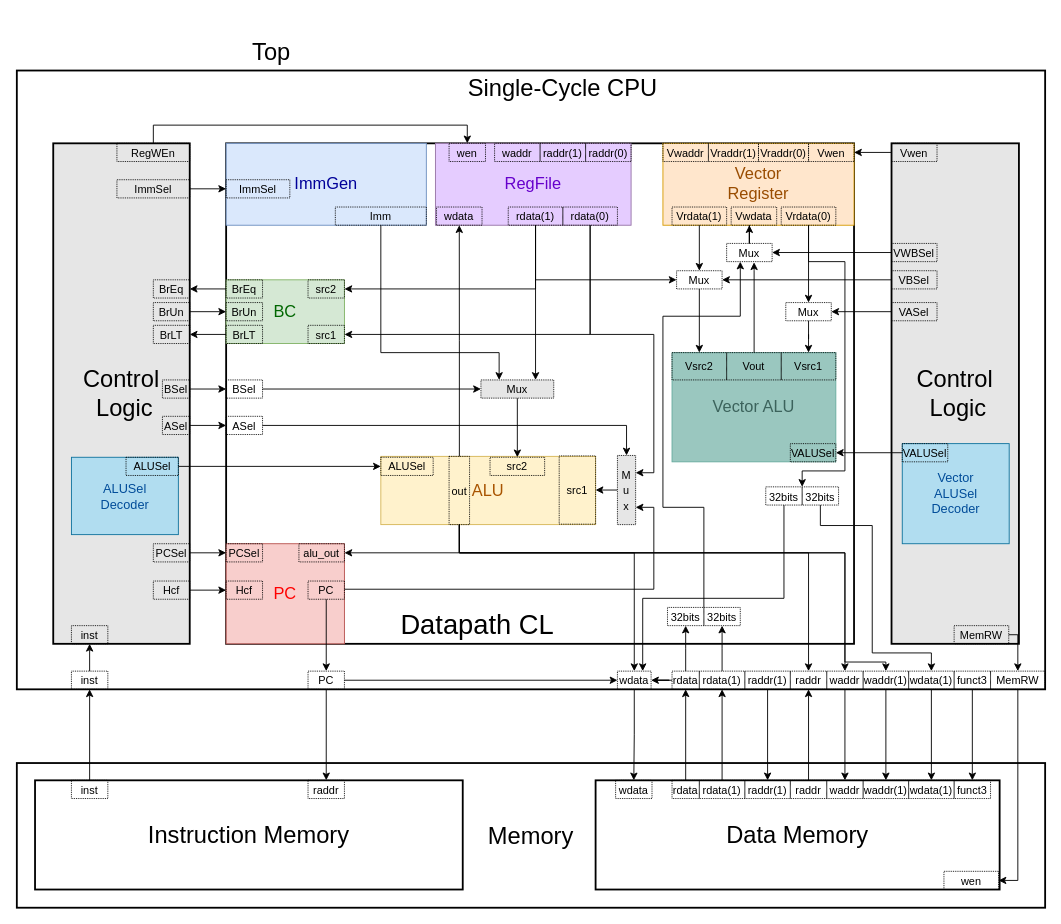
Before: RV32V+RV32M CPU-top-level block diagram.drawio in daniel100373/draw.io, a draw.io diagram. Source tidied: cells renumbered, new cells numbered last; positions are measured from the earlier drawing's top-left corner, leaving out a move shared by most shapes. Both pictures are drawn from the tidied source at 91%, with x=0, y=0 at pixel (16, 34).
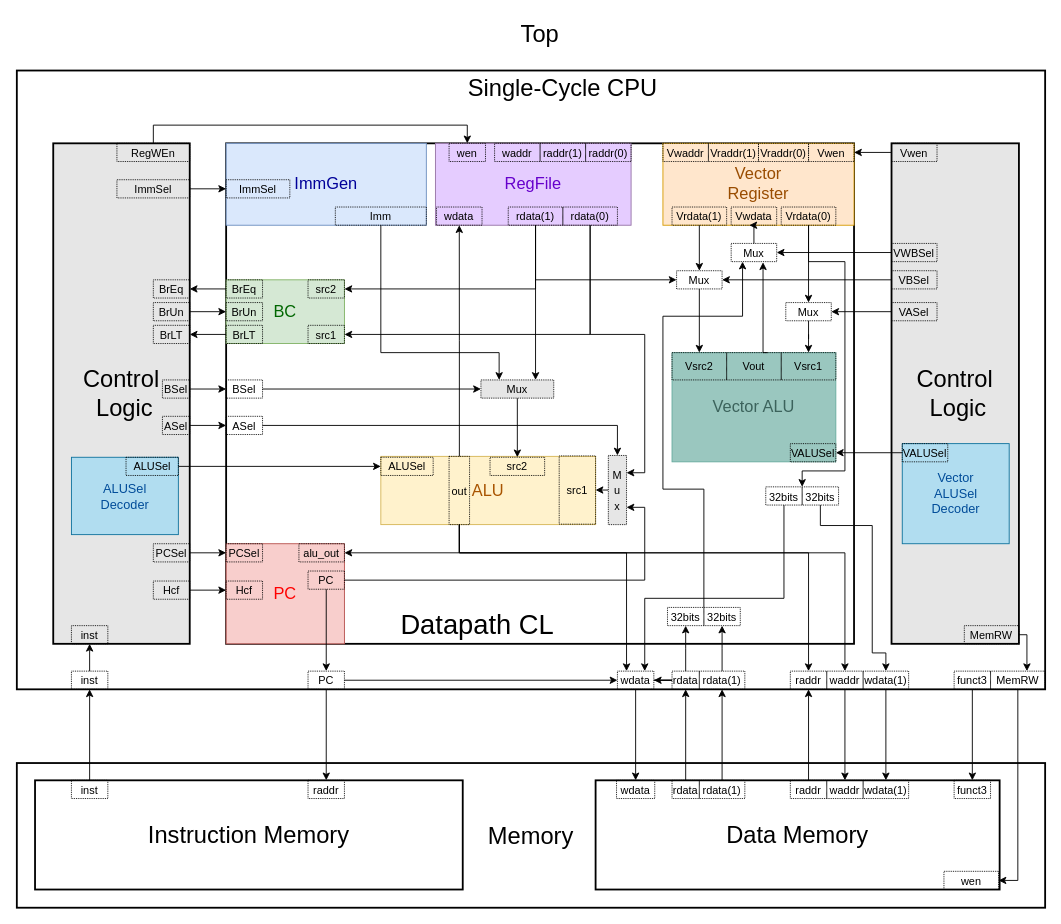
Above is the later version.

Unchanged cells that the change refers to:
```xml
<mxCell id="30" value="&lt;font color=&quot;#000000&quot;&gt;&lt;span style=&quot;font-size: 12px&quot;&gt;rdata(0)&lt;/span&gt;&lt;/font&gt;" style="rounded=0;whiteSpace=wrap;html=1;labelBorderColor=none;fontSize=14;fontColor=#A680B8;fillColor=none;dashed=1;dashPattern=1 1;" parent="1" vertex="1">
  <mxGeometry x="600" y="190" width="60" height="20" as="geometry" />
</mxCell>
<mxCell id="51" value="&lt;font color=&quot;#000000&quot;&gt;&lt;span style=&quot;font-size: 12px&quot;&gt;out&lt;/span&gt;&lt;/font&gt;" style="rounded=0;whiteSpace=wrap;html=1;labelBorderColor=none;fontSize=14;fontColor=#A680B8;fillColor=none;dashed=1;dashPattern=1 1;" parent="1" vertex="1">
  <mxGeometry x="475" y="464" width="22.5" height="75" as="geometry" />
</mxCell>
<mxCell id="94" value="&lt;font color=&quot;#000000&quot; style=&quot;font-size: 12px&quot;&gt;MemRW&lt;/font&gt;" style="rounded=0;whiteSpace=wrap;html=1;labelBorderColor=none;fontSize=14;fontColor=#A680B8;fillColor=none;dashed=1;dashPattern=1 1;" parent="1" vertex="1">
  <mxGeometry x="1070" y="700" width="60" height="20" as="geometry" />
</mxCell>
<mxCell id="130" value="&lt;font color=&quot;#000000&quot;&gt;&lt;span style=&quot;font-size: 12px&quot;&gt;Vout&lt;/span&gt;&lt;/font&gt;" style="rounded=0;whiteSpace=wrap;html=1;labelBorderColor=none;fontSize=14;fontColor=#A680B8;fillColor=none;dashed=1;dashPattern=1 1;" parent="1" vertex="1">
  <mxGeometry x="780" y="350" width="60" height="30" as="geometry" />
</mxCell>
<mxCell id="156" value="&lt;font color=&quot;#000000&quot;&gt;&lt;span style=&quot;font-size: 12px&quot;&gt;32bits&lt;/span&gt;&lt;/font&gt;" style="rounded=0;whiteSpace=wrap;html=1;labelBorderColor=none;fontSize=14;fontColor=#A680B8;fillColor=none;dashed=1;dashPattern=1 1;" parent="1" vertex="1">
  <mxGeometry x="755" y="630" width="40" height="20" as="geometry" />
</mxCell>
<mxCell id="158" value="&lt;font color=&quot;#000000&quot;&gt;&lt;span style=&quot;font-size: 12px&quot;&gt;32bits&lt;/span&gt;&lt;/font&gt;" style="rounded=0;whiteSpace=wrap;html=1;labelBorderColor=none;fontSize=14;fontColor=#A680B8;fillColor=none;dashed=1;dashPattern=1 1;" parent="1" vertex="1">
  <mxGeometry x="823" y="497.5" width="40" height="20" as="geometry" />
</mxCell>
<mxCell id="160" value="&lt;font color=&quot;#000000&quot;&gt;&lt;span style=&quot;font-size: 12px&quot;&gt;32bits&lt;/span&gt;&lt;/font&gt;" style="rounded=0;whiteSpace=wrap;html=1;labelBorderColor=none;fontSize=14;fontColor=#A680B8;fillColor=none;dashed=1;dashPattern=1 1;" parent="1" vertex="1">
  <mxGeometry x="863" y="497.5" width="40" height="20" as="geometry" />
</mxCell>
```

The edit, as a diff of the source:
```diff
@@
     <mxCell id="5" value="&lt;font style=&quot;font-size: 26px&quot;&gt;Top&lt;/font&gt;" style="text;html=1;strokeColor=none;fillColor=none;align=center;verticalAlign=middle;whiteSpace=wrap;rounded=0;" parent="1" vertex="1">
-      <mxGeometry x="240" width="80" height="40" as="geometry" />
+      <mxGeometry x="535" y="-20" width="80" height="40" as="geometry" />
     </mxCell>
@@
     <mxCell id="29" style="edgeStyle=orthogonalEdgeStyle;rounded=0;jettySize=auto;html=1;entryX=1;entryY=0.25;entryDx=0;entryDy=0;fontSize=40;fontColor=#004C99;" parent="1" edge="1" source="30" target="89">
       <mxGeometry relative="1" as="geometry">
         <Array as="points">
           <mxPoint x="630" y="330" />
-          <mxPoint x="700" y="330" />
-          <mxPoint x="700" y="482" />
+          <mxPoint x="690" y="330" />
+          <mxPoint x="690" y="482" />
         </Array>
       </mxGeometry>
     </mxCell>
@@
-    <mxCell id="48" style="edgeStyle=orthogonalEdgeStyle;rounded=0;jettySize=auto;html=1;entryX=0.5;entryY=0;entryDx=0;entryDy=0;fontSize=40;fontColor=#004C99;" parent="1" edge="1" source="51" target="107">
+    <mxCell id="48" style="edgeStyle=orthogonalEdgeStyle;rounded=0;jettySize=auto;html=1;entryX=0.25;entryY=0;entryDx=0;entryDy=0;fontSize=40;fontColor=#004C99;" parent="1" edge="1" source="51" target="107">
       <mxGeometry relative="1" as="geometry">
         <Array as="points">
           <mxPoint x="486" y="570" />
-          <mxPoint x="679" y="570" />
+          <mxPoint x="670" y="570" />
+          <mxPoint x="670" y="700" />
         </Array>
       </mxGeometry>
     </mxCell>
@@
-    <mxCell id="50" style="edgeStyle=orthogonalEdgeStyle;rounded=0;jettySize=auto;html=1;fontSize=12;fontColor=#004C99;entryX=0.5;entryY=0;entryDx=0;entryDy=0;" parent="1" edge="1" source="51" target="166">
-      <mxGeometry relative="1" as="geometry">
-        <Array as="points">
-          <mxPoint x="486" y="570" />
-          <mxPoint x="910" y="570" />
-          <mxPoint x="910" y="690" />
-          <mxPoint x="955" y="690" />
-        </Array>
-      </mxGeometry>
-    </mxCell>
@@
-    <mxCell id="62" style="edgeStyle=orthogonalEdgeStyle;rounded=0;jettySize=auto;html=1;entryX=1;entryY=0.75;entryDx=0;entryDy=0;fontSize=40;fontColor=#004C99;" parent="1" edge="1" source="63" target="89">
-      <mxGeometry relative="1" as="geometry">
-        <Array as="points">
-          <mxPoint x="700" y="610" />
-          <mxPoint x="700" y="520" />
-        </Array>
-      </mxGeometry>
+    <mxCell id="62" style="edgeStyle=orthogonalEdgeStyle;rounded=0;jettySize=auto;html=1;entryX=1;entryY=0.75;entryDx=0;entryDy=0;fontSize=30;fontColor=#004C99;" parent="1" edge="1" source="63" target="89">
+      <mxGeometry relative="1" as="geometry" />
     </mxCell>
     <mxCell id="63" value="&lt;font color=&quot;#000000&quot; style=&quot;font-size: 12px&quot;&gt;PC&lt;/font&gt;" style="rounded=0;whiteSpace=wrap;html=1;labelBorderColor=none;fontSize=14;fontColor=#A680B8;fillColor=none;dashed=1;dashPattern=1 1;" parent="1" vertex="1">
-      <mxGeometry x="320" y="601" width="40" height="20" as="geometry" />
+      <mxGeometry x="320" y="590" width="40" height="20" as="geometry" />
     </mxCell>
@@
     <mxCell id="89" value="&lt;font color=&quot;#000000&quot;&gt;&lt;span style=&quot;font-size: 12px&quot;&gt;M&lt;br&gt;u&lt;br&gt;x&lt;/span&gt;&lt;/font&gt;" style="rounded=0;whiteSpace=wrap;html=1;labelBorderColor=none;fontSize=14;fontColor=#A680B8;fillColor=#E6E6E6;dashed=1;dashPattern=1 1;" parent="1" vertex="1">
-      <mxGeometry x="660" y="463" width="20" height="76" as="geometry" />
+      <mxGeometry x="650" y="463" width="20" height="76" as="geometry" />
     </mxCell>
     <mxCell id="90" style="edgeStyle=orthogonalEdgeStyle;rounded=0;jettySize=auto;html=1;exitX=1;exitY=0.5;exitDx=0;exitDy=0;fontSize=40;fontColor=#004C99;" parent="1" edge="1" source="91" target="94">
       <mxGeometry relative="1" as="geometry">
         <Array as="points">
-          <mxPoint x="1100" y="660" />
+          <mxPoint x="1110" y="660" />
         </Array>
       </mxGeometry>
     </mxCell>
     <mxCell id="91" value="&lt;font color=&quot;#000000&quot; style=&quot;font-size: 12px&quot;&gt;MemRW&lt;/font&gt;" style="rounded=0;whiteSpace=wrap;html=1;labelBorderColor=none;fontSize=14;fontColor=#A680B8;fillColor=none;dashed=1;dashPattern=1 1;" parent="1" vertex="1">
-      <mxGeometry x="1030" y="650" width="60" height="20" as="geometry" />
+      <mxGeometry x="1041.2" y="650" width="60" height="20" as="geometry" />
     </mxCell>
@@
     <mxCell id="101" value="&lt;font color=&quot;#000000&quot;&gt;&lt;span style=&quot;font-size: 12px&quot;&gt;wdata&lt;/span&gt;&lt;/font&gt;" style="rounded=0;whiteSpace=wrap;html=1;labelBorderColor=none;fontSize=14;fontColor=#A680B8;fillColor=none;dashed=1;dashPattern=1 1;" parent="1" vertex="1">
-      <mxGeometry x="658" y="820" width="40" height="20" as="geometry" />
+      <mxGeometry x="659" y="820" width="42" height="20" as="geometry" />
     </mxCell>
@@
     <mxCell id="107" value="&lt;font color=&quot;#000000&quot;&gt;&lt;span style=&quot;font-size: 12px&quot;&gt;wdata&lt;/span&gt;&lt;/font&gt;" style="rounded=0;whiteSpace=wrap;html=1;labelBorderColor=none;fontSize=14;fontColor=#A680B8;fillColor=none;dashed=1;dashPattern=1 1;" parent="1" vertex="1">
-      <mxGeometry x="660" y="700" width="37" height="20" as="geometry" />
+      <mxGeometry x="660" y="700" width="40" height="20" as="geometry" />
     </mxCell>
@@
-    <mxCell id="129" style="edgeStyle=orthogonalEdgeStyle;rounded=0;jettySize=auto;html=1;fontSize=40;fontColor=#004C99;entryX=0.603;entryY=1.036;entryDx=0;entryDy=0;entryPerimeter=0;" parent="1" edge="1" source="130" target="154">
+    <mxCell id="129" style="edgeStyle=orthogonalEdgeStyle;rounded=0;jettySize=auto;html=1;fontSize=40;fontColor=#004C99;entryX=0.7;entryY=1.035;entryDx=0;entryDy=0;entryPerimeter=0;exitX=0.75;exitY=0;exitDx=0;exitDy=0;" parent="1" edge="1" source="130" target="154">
       <mxGeometry relative="1" as="geometry">
         <Array as="points">
-          <mxPoint x="810" y="260" />
+          <mxPoint x="820" y="350" />
         </Array>
       </mxGeometry>
     </mxCell>
@@
-    <mxCell id="147" style="edgeStyle=orthogonalEdgeStyle;rounded=0;jettySize=auto;html=1;fontSize=40;fontColor=#004C99;" parent="1" edge="1" source="148" target="149">
-      <mxGeometry relative="1" as="geometry" />
+    <mxCell id="147" style="edgeStyle=orthogonalEdgeStyle;rounded=0;orthogonalLoop=1;jettySize=auto;html=1;fontSize=40;fontColor=#004C99;" parent="1" edge="1">
+      <mxGeometry relative="1" as="geometry">
+        <mxPoint x="825" y="720" as="sourcePoint" />
+      </mxGeometry>
     </mxCell>
-    <mxCell id="148" value="&lt;font color=&quot;#000000&quot;&gt;&lt;span style=&quot;font-size: 12px&quot;&gt;raddr(1)&lt;/span&gt;&lt;/font&gt;" style="rounded=0;whiteSpace=wrap;html=1;labelBorderColor=none;fontSize=14;fontColor=#A680B8;fillColor=none;dashed=1;dashPattern=1 1;" parent="1" vertex="1">
-      <mxGeometry x="800" y="700" width="50" height="20" as="geometry" />
-    </mxCell>
-    <mxCell id="149" value="&lt;font color=&quot;#000000&quot;&gt;&lt;span style=&quot;font-size: 12px&quot;&gt;raddr(1)&lt;/span&gt;&lt;/font&gt;" style="rounded=0;whiteSpace=wrap;html=1;labelBorderColor=none;fontSize=14;fontColor=#A680B8;fillColor=none;dashed=1;dashPattern=1 1;" parent="1" vertex="1">
-      <mxGeometry x="800" y="820" width="50" height="20" as="geometry" />
-    </mxCell>
-    <mxCell id="150" style="edgeStyle=orthogonalEdgeStyle;rounded=0;jettySize=auto;html=1;exitX=0;exitY=0;exitDx=0;exitDy=0;fontSize=40;fontColor=#004C99;" parent="1" edge="1" target="154">
-      <mxGeometry relative="1" as="geometry">
-        <mxPoint x="755" y="630" as="sourcePoint" />
-        <Array as="points">
-          <mxPoint x="755" y="520" />
-          <mxPoint x="710" y="520" />
-          <mxPoint x="710" y="310" />
-          <mxPoint x="795" y="310" />
-        </Array>
-      </mxGeometry>
-    </mxCell>
@@
     <mxCell id="154" value="&lt;span style=&quot;color: rgb(0 , 0 , 0) ; font-size: 12px&quot;&gt;Mux&lt;/span&gt;" style="rounded=0;whiteSpace=wrap;html=1;labelBorderColor=none;fontSize=14;fontColor=#A680B8;fillColor=none;dashed=1;dashPattern=1 1;" parent="1" vertex="1">
-      <mxGeometry x="780" y="230" width="50" height="20" as="geometry" />
+      <mxGeometry x="785" y="230" width="50" height="20" as="geometry" />
     </mxCell>
@@
+    <mxCell id="167" style="edgeStyle=orthogonalEdgeStyle;rounded=0;jettySize=auto;html=1;exitX=0;exitY=0;exitDx=0;exitDy=0;entryX=0.25;entryY=1;entryDx=0;entryDy=0;fontSize=30;fontColor=#004C99;" parent="1" edge="1" source="156" target="154">
+      <mxGeometry relative="1" as="geometry">
+        <Array as="points">
+          <mxPoint x="755" y="500" />
+          <mxPoint x="710" y="500" />
+          <mxPoint x="710" y="310" />
+          <mxPoint x="798" y="310" />
+        </Array>
+      </mxGeometry>
+    </mxCell>
@@
     <mxCell id="157" style="edgeStyle=orthogonalEdgeStyle;rounded=0;jettySize=auto;html=1;entryX=0.75;entryY=0;entryDx=0;entryDy=0;fontSize=12;fontColor=#004C99;" parent="1" edge="1" source="158" target="107">
       <mxGeometry relative="1" as="geometry">
         <Array as="points">
           <mxPoint x="843" y="620" />
-          <mxPoint x="688" y="620" />
+          <mxPoint x="690" y="620" />
         </Array>
       </mxGeometry>
     </mxCell>
@@
     <mxCell id="159" style="edgeStyle=orthogonalEdgeStyle;rounded=0;jettySize=auto;html=1;fontSize=12;fontColor=#004C99;entryX=0.5;entryY=0;entryDx=0;entryDy=0;" parent="1" edge="1" source="160" target="163">
       <mxGeometry relative="1" as="geometry">
         <Array as="points">
           <mxPoint x="883" y="540" />
           <mxPoint x="940" y="540" />
           <mxPoint x="940" y="680" />
-          <mxPoint x="1005" y="680" />
+          <mxPoint x="955" y="680" />
         </Array>
       </mxGeometry>
     </mxCell>
@@
     <mxCell id="161" value="&lt;font color=&quot;#000000&quot;&gt;&lt;span style=&quot;font-size: 12px&quot;&gt;wdata(1)&lt;/span&gt;&lt;/font&gt;" style="rounded=0;whiteSpace=wrap;html=1;labelBorderColor=none;fontSize=14;fontColor=#A680B8;fillColor=none;dashed=1;dashPattern=1 1;" parent="1" vertex="1">
-      <mxGeometry x="980" y="820" width="50" height="20" as="geometry" />
+      <mxGeometry x="930" y="820" width="50" height="20" as="geometry" />
     </mxCell>
@@
     <mxCell id="163" value="&lt;font color=&quot;#000000&quot;&gt;&lt;span style=&quot;font-size: 12px&quot;&gt;wdata(1)&lt;/span&gt;&lt;/font&gt;" style="rounded=0;whiteSpace=wrap;html=1;labelBorderColor=none;fontSize=14;fontColor=#A680B8;fillColor=none;dashed=1;dashPattern=1 1;" parent="1" vertex="1">
-      <mxGeometry x="980" y="700" width="50" height="20" as="geometry" />
+      <mxGeometry x="930" y="700" width="50" height="20" as="geometry" />
     </mxCell>
-    <mxCell id="164" value="&lt;font color=&quot;#000000&quot;&gt;&lt;span style=&quot;font-size: 12px&quot;&gt;waddr(1)&lt;/span&gt;&lt;/font&gt;" style="rounded=0;whiteSpace=wrap;html=1;labelBorderColor=none;fontSize=14;fontColor=#A680B8;fillColor=none;dashed=1;dashPattern=1 1;" parent="1" vertex="1">
-      <mxGeometry x="930" y="820" width="50" height="20" as="geometry" />
-    </mxCell>
-    <mxCell id="165" style="edgeStyle=orthogonalEdgeStyle;rounded=0;jettySize=auto;html=1;fontSize=12;fontColor=#004C99;" parent="1" edge="1" source="166" target="164">
-      <mxGeometry relative="1" as="geometry" />
+    <mxCell id="165" style="edgeStyle=orthogonalEdgeStyle;rounded=0;orthogonalLoop=1;jettySize=auto;html=1;fontSize=12;fontColor=#004C99;" parent="1" edge="1">
+      <mxGeometry relative="1" as="geometry">
+        <mxPoint x="955" y="820" as="targetPoint" />
+      </mxGeometry>
     </mxCell>
-    <mxCell id="166" value="&lt;font color=&quot;#000000&quot;&gt;&lt;span style=&quot;font-size: 12px&quot;&gt;waddr(1)&lt;/span&gt;&lt;/font&gt;" style="rounded=0;whiteSpace=wrap;html=1;labelBorderColor=none;fontSize=14;fontColor=#A680B8;fillColor=none;dashed=1;dashPattern=1 1;" parent="1" vertex="1">
-      <mxGeometry x="930" y="700" width="50" height="20" as="geometry" />
-    </mxCell>
```
